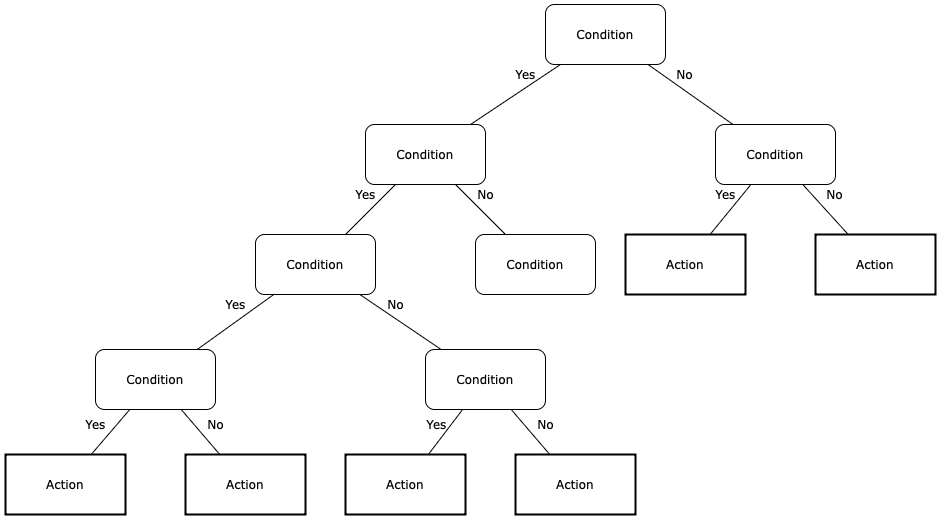
Before: Diagramme sans nom.drawio.png, a diagram exported from draw.io (LauraNikolov/MINISHELL). Source tidied: cells renumbered, new cells last; positions are measured from the earlier drawing's top-left corner, leaving out a move shared by most shapes.
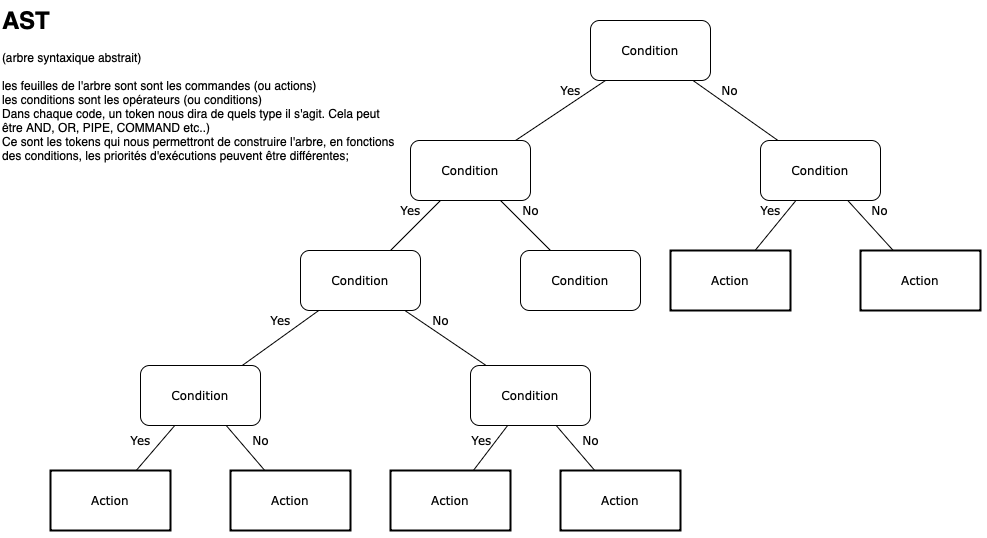
Later version of the same file.

Commit message:
Mettre à jour Diagramme sans nom.drawio.png

Change to the diagram source:
```diff
@@ -77,5 +77,8 @@
     <mxCell id="26" value="No" style="rounded=0;html=1;labelBackgroundColor=none;startArrow=none;startFill=0;startSize=5;endArrow=none;endFill=0;endSize=5;jettySize=auto;strokeWidth=1;fontFamily=Verdana;fontSize=12;" parent="1" edge="1" source="12" target="22">
       <mxGeometry x="0.14" y="16" relative="1" as="geometry" />
     </mxCell>
+    <mxCell id="27" value="&lt;h1 style=&quot;margin-top: 0px;&quot;&gt;AST&lt;/h1&gt;&lt;div&gt;(arbre syntaxique abstrait)&lt;/div&gt;&lt;div&gt;&lt;br&gt;&lt;/div&gt;&lt;div&gt;les feuilles de l'arbre sont sont les commandes (ou actions)&lt;/div&gt;&lt;div&gt;les conditions sont les opérateurs (ou conditions)&lt;/div&gt;&lt;div&gt;Dans chaque code, un token nous dira de quels type il s'agit. Cela peut être AND, OR, PIPE, COMMAND etc..)&lt;/div&gt;&lt;div&gt;Ce sont les tokens qui nous permettront de construire l'arbre, en fonctions des conditions, les priorités d'exécutions peuvent être différentes;&lt;/div&gt;" style="text;html=1;whiteSpace=wrap;overflow=hidden;rounded=0;" parent="1" vertex="1">
+      <mxGeometry x="-50" y="-20" width="400" height="160" as="geometry" />
+    </mxCell>
   </root>
 </mxGraphModel>
```
